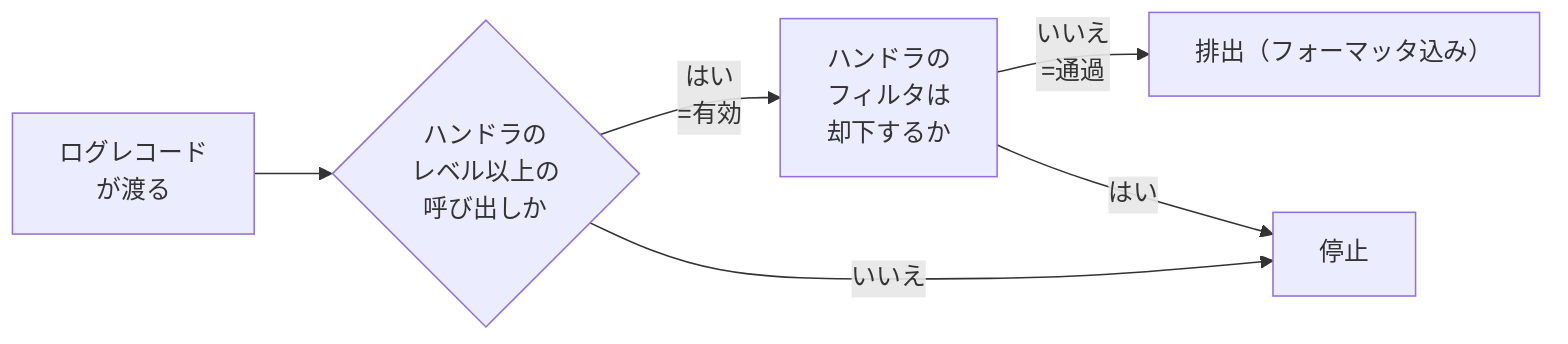
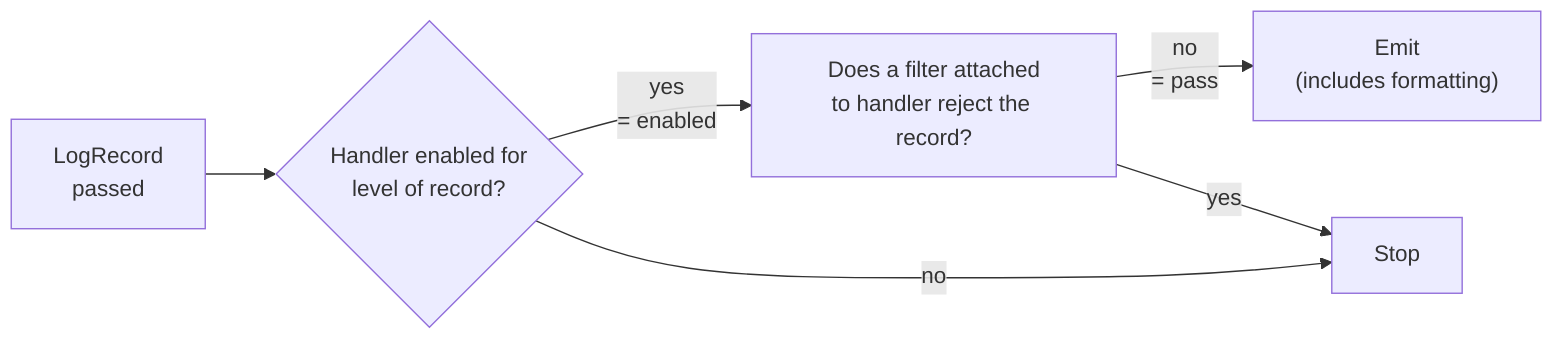
flowchart LR
-     START[ログレコード<br/>が渡る] --> cond1{ハンドラの<br/>レベル以上の<br/>呼び出しか};
-     cond1 -->|はい<br/>=有効| cond2[ハンドラの<br/>フィルタは<br/>却下するか];
-     cond1 -->|いいえ<br/>| END[停止];
-     cond2 -->|いいえ<br/>=通過| node1[排出（フォーマッタ込み）];
-     cond2 -->|はい<br/>| END[停止];
+     START[LogRecord<br/>passed] --> cond1{Handler enabled for<br/>level of record?};
+     cond1 -->|yes<br/>= enabled| cond2[Does a filter attached<br/>to handler reject the record?];
+     cond1 -->|no| END[Stop];
+     cond2 -->|no<br/>= pass| node1["Emit<br/>(includes formatting)"];
+     cond2 -->|yes| END[Stop];
